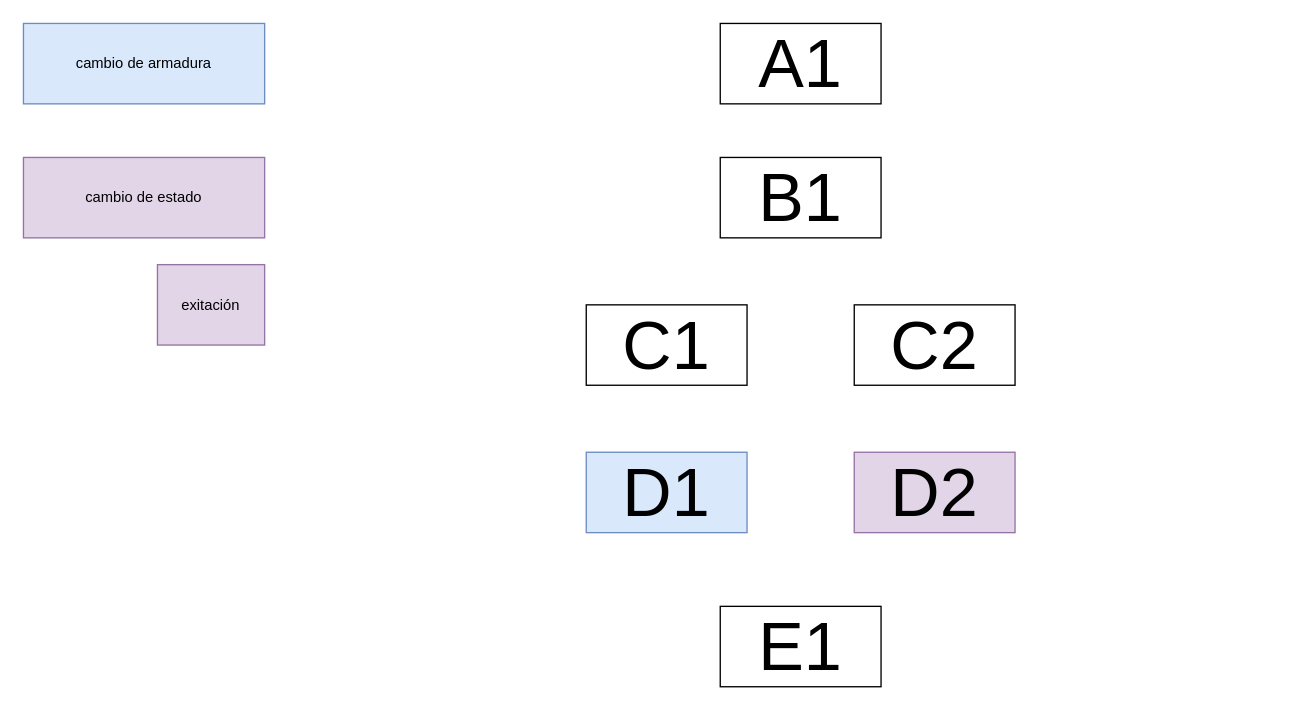
The draw.io diagram Diagrama sin título.drawio in AidaCos/AidaCos, before the edit. Source tidied: cells renumbered, new cells numbered last; positions are measured from the earlier drawing's top-left corner, leaving out a move shared by most shapes. Both pictures are drawn from the tidied source at 134%, with x=0, y=0 at pixel (23, 23).
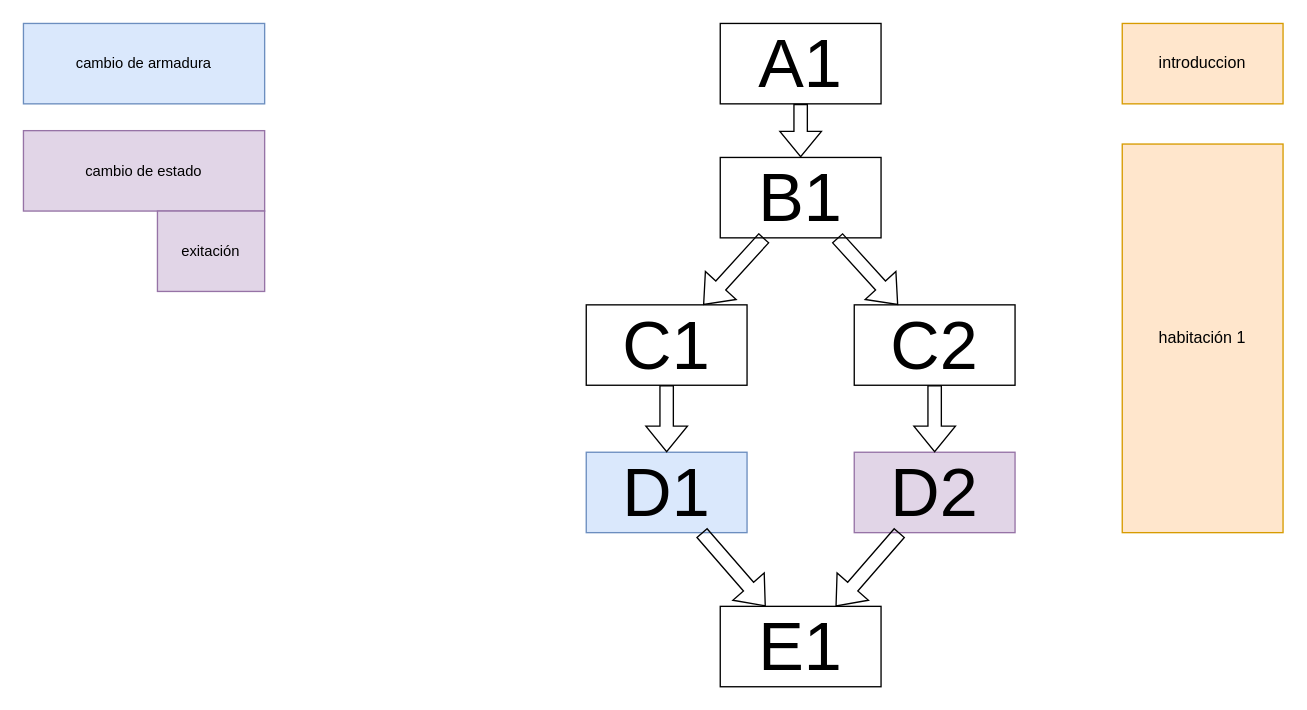
The same diagram, later.

The change refers to these unchanged cells:
```xml
<mxCell id="2" value="&lt;font style=&quot;font-size: 51px;&quot;&gt;A1&lt;/font&gt;" style="rounded=0;whiteSpace=wrap;html=1;" parent="1" vertex="1">
  <mxGeometry x="520" width="120" height="60" as="geometry" />
</mxCell>
<mxCell id="3" value="&lt;font style=&quot;font-size: 51px;&quot;&gt;B1&lt;/font&gt;" style="rounded=0;whiteSpace=wrap;html=1;" parent="1" vertex="1">
  <mxGeometry x="520" y="100" width="120" height="60" as="geometry" />
</mxCell>
<mxCell id="4" value="&lt;font style=&quot;font-size: 51px;&quot;&gt;C1&lt;/font&gt;" style="rounded=0;whiteSpace=wrap;html=1;" parent="1" vertex="1">
  <mxGeometry x="420" y="210" width="120" height="60" as="geometry" />
</mxCell>
<mxCell id="5" value="&lt;font style=&quot;font-size: 51px;&quot;&gt;C2&lt;/font&gt;" style="rounded=0;whiteSpace=wrap;html=1;" parent="1" vertex="1">
  <mxGeometry x="620" y="210" width="120" height="60" as="geometry" />
</mxCell>
<mxCell id="6" value="&lt;font style=&quot;font-size: 51px;&quot;&gt;D1&lt;/font&gt;" style="rounded=0;whiteSpace=wrap;html=1;fillColor=#dae8fc;strokeColor=#6c8ebf;" parent="1" vertex="1">
  <mxGeometry x="420" y="320" width="120" height="60" as="geometry" />
</mxCell>
<mxCell id="8" value="&lt;font style=&quot;font-size: 51px;&quot;&gt;D2&lt;/font&gt;" style="rounded=0;whiteSpace=wrap;html=1;fillColor=#e1d5e7;strokeColor=#9673a6;" parent="1" vertex="1">
  <mxGeometry x="620" y="320" width="120" height="60" as="geometry" />
</mxCell>
<mxCell id="11" value="&lt;font style=&quot;font-size: 51px;&quot;&gt;E1&lt;/font&gt;" style="rounded=0;whiteSpace=wrap;html=1;" parent="1" vertex="1">
  <mxGeometry x="520" y="435" width="120" height="60" as="geometry" />
</mxCell>
```

Diff of the diagram source:
```diff
@@
     <mxCell id="9" value="&lt;span style=&quot;font-size: 11px;&quot;&gt;cambio de estado&lt;/span&gt;" style="rounded=0;whiteSpace=wrap;html=1;fillColor=#e1d5e7;strokeColor=#9673a6;" parent="1" vertex="1">
-      <mxGeometry y="100" width="180" height="60" as="geometry" />
+      <mxGeometry y="80" width="180" height="60" as="geometry" />
     </mxCell>
     <mxCell id="10" value="&lt;span style=&quot;font-size: 11px;&quot;&gt;exitación&lt;/span&gt;" style="rounded=0;whiteSpace=wrap;html=1;fillColor=#e1d5e7;strokeColor=#9673a6;" parent="1" vertex="1">
-      <mxGeometry x="100" y="180" width="80" height="60" as="geometry" />
+      <mxGeometry x="100" y="140" width="80" height="60" as="geometry" />
     </mxCell>
@@
+    <mxCell id="12" value="habitación 1" style="rounded=0;whiteSpace=wrap;html=1;fillColor=#ffe6cc;strokeColor=#d79b00;" parent="1" vertex="1">
+      <mxGeometry x="820" y="90" width="120" height="290" as="geometry" />
+    </mxCell>
+    <mxCell id="13" value="introduccion" style="rounded=0;whiteSpace=wrap;html=1;fillColor=#ffe6cc;strokeColor=#d79b00;" parent="1" vertex="1">
+      <mxGeometry x="820" width="120" height="60" as="geometry" />
+    </mxCell>
+    <mxCell id="14" style="shape=flexArrow;endArrow=classic;html=1;rounded=0;" parent="1" edge="1" source="3" target="5">
+      <mxGeometry relative="1" as="geometry" />
+    </mxCell>
+    <mxCell id="15" style="shape=flexArrow;endArrow=classic;html=1;rounded=0;" parent="1" edge="1" source="3" target="4">
+      <mxGeometry relative="1" as="geometry" />
+    </mxCell>
+    <mxCell id="16" style="shape=flexArrow;endArrow=classic;html=1;rounded=0;" parent="1" edge="1" source="4" target="6">
+      <mxGeometry relative="1" as="geometry" />
+    </mxCell>
+    <mxCell id="17" style="shape=flexArrow;endArrow=classic;html=1;rounded=0;" parent="1" edge="1" source="5" target="8">
+      <mxGeometry relative="1" as="geometry" />
+    </mxCell>
+    <mxCell id="18" style="shape=flexArrow;endArrow=classic;html=1;rounded=0;" parent="1" edge="1" source="8" target="11">
+      <mxGeometry relative="1" as="geometry" />
+    </mxCell>
+    <mxCell id="19" style="shape=flexArrow;endArrow=classic;html=1;rounded=0;" parent="1" edge="1" source="6" target="11">
+      <mxGeometry relative="1" as="geometry" />
+    </mxCell>
+    <mxCell id="20" style="shape=flexArrow;endArrow=classic;html=1;rounded=0;" parent="1" edge="1" source="2" target="3">
+      <mxGeometry relative="1" as="geometry" />
+    </mxCell>
```
